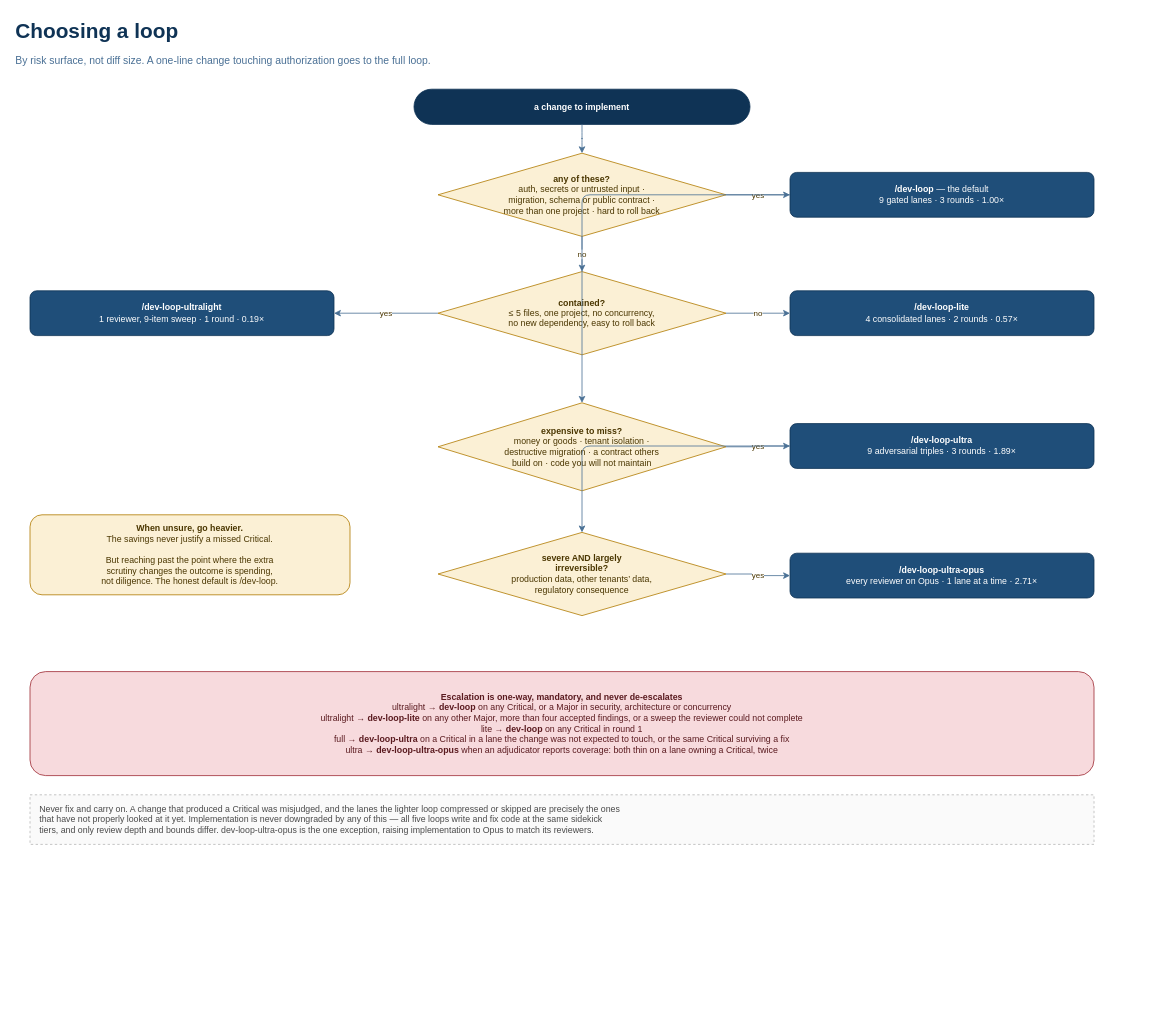
Earlier version of the draw.io diagram docs/diagrams/loop-selection.drawio (GerhardvanZyl/claude-pen). Source tidied: cells renumbered, new cells numbered last; positions are measured from the earlier drawing's top-left corner, leaving out a move shared by most shapes. Both pictures are drawn from the tidied source at 80%, with x=0, y=0 at pixel (14, 14).
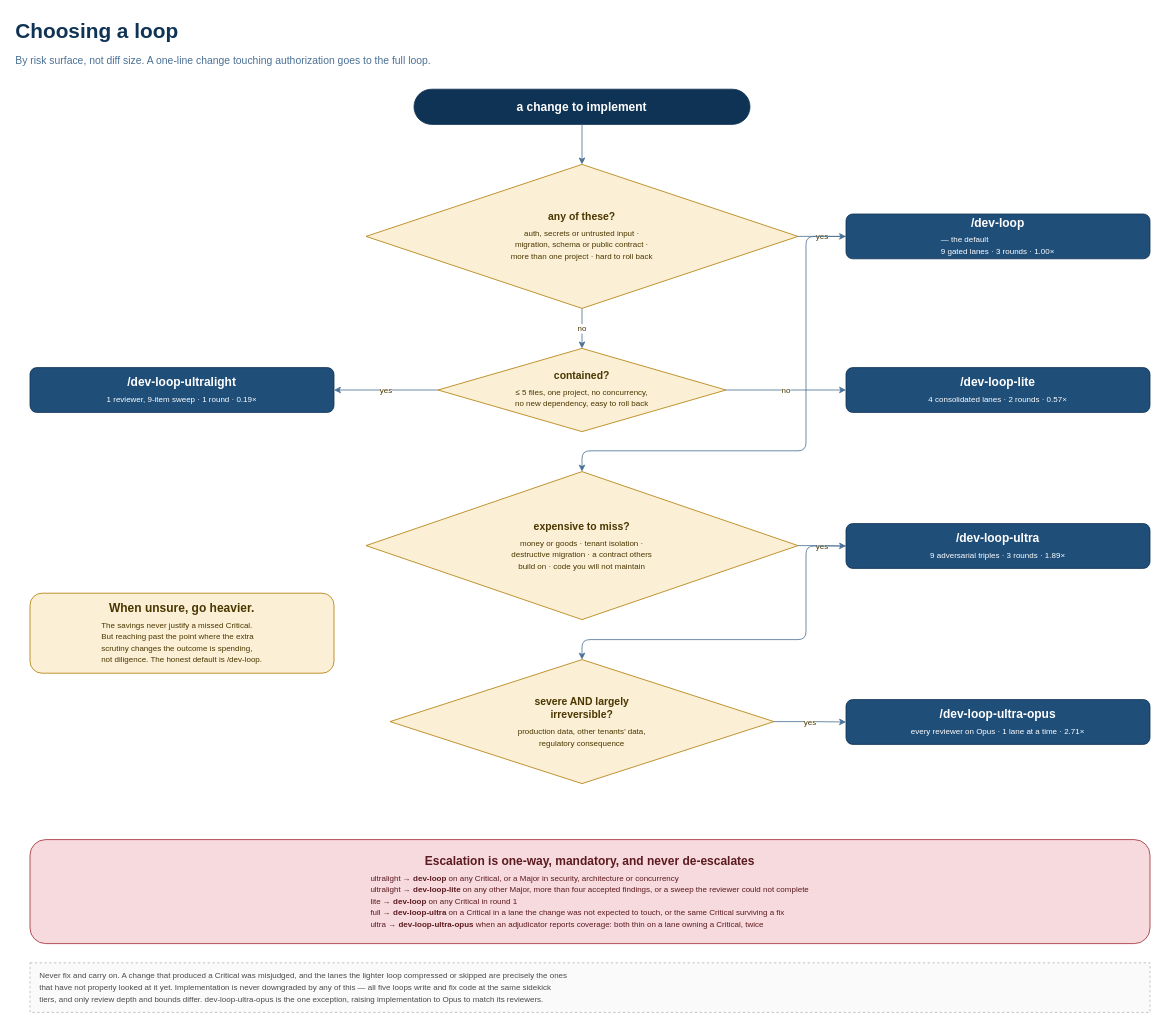
The same diagram, later.

What changed in the source:
```diff
@@
-    <mxCell id="4" value="a change to implement" style="rounded=1;arcSize=50;fillColor=#0f3355;strokeColor=#0f3355;fontColor=#ffffff;fontStyle=1;whiteSpace=wrap;html=1;fontSize=11;verticalAlign=middle;" parent="1" vertex="1">
+    <mxCell id="4" value="&lt;div style=&quot;font-size:15px;line-height:1.3;text-align:center&quot;&gt;&lt;b&gt;a change to implement&lt;/b&gt;&lt;/div&gt;" style="rounded=1;arcSize=50;fillColor=#0f3355;strokeColor=#0f3355;fontColor=#ffffff;fontStyle=1;whiteSpace=wrap;html=1;fontSize=10;verticalAlign=middle;" parent="1" vertex="1">
       <mxGeometry x="500" y="94" width="420" height="44" as="geometry" />
     </mxCell>
-    <mxCell id="5" value="&lt;b&gt;any of these?&lt;/b&gt;&#10;auth, secrets or untrusted input  ·&#10;migration, schema or public contract  ·&#10;more than one project  ·  hard to roll back" style="rhombus;fillColor=#fbf0d5;strokeColor=#b07a00;fontColor=#4a3600;whiteSpace=wrap;html=1;fontSize=11;verticalAlign=middle;" parent="1" vertex="1">
-      <mxGeometry x="530" y="174" width="360" height="104" as="geometry" />
+    <mxCell id="5" value="&lt;div style=&quot;font-size:13px;line-height:1.3;text-align:center;margin-bottom:5px&quot;&gt;&lt;b&gt;any of these?&lt;/b&gt;&lt;/div&gt;&lt;div style=&quot;font-size:10px;line-height:1.45;text-align:center&quot;&gt;auth, secrets or untrusted input  ·&lt;br&gt;migration, schema or public contract  ·&lt;br&gt;more than one project  ·  hard to roll back&lt;/div&gt;" style="rhombus;fillColor=#fbf0d5;strokeColor=#b07a00;fontColor=#4a3600;whiteSpace=wrap;html=1;fontSize=10;verticalAlign=middle;" parent="1" vertex="1">
+      <mxGeometry x="440" y="188" width="540" height="180" as="geometry" />
     </mxCell>
@@
-    <mxCell id="7" value="&lt;b&gt;/dev-loop&lt;/b&gt;  —  the default&#10;9 gated lanes  ·  3 rounds  ·  1.00×" style="rounded=1;fillColor=#1f4e79;strokeColor=#0f3355;fontColor=#ffffff;whiteSpace=wrap;html=1;fontSize=11;verticalAlign=middle;" parent="1" vertex="1">
-      <mxGeometry x="970" y="198" width="380" height="56" as="geometry" />
+    <mxCell id="7" value="&lt;div style=&quot;font-size:15px;line-height:1.3;text-align:center;margin-bottom:5px&quot;&gt;&lt;b&gt;/dev-loop&lt;/b&gt;&lt;/div&gt;&lt;div style=&quot;font-size:10px;line-height:1.45;text-align:left&quot;&gt;  —  the default&lt;br&gt;9 gated lanes  ·  3 rounds  ·  1.00×&lt;/div&gt;" style="rounded=1;fillColor=#1f4e79;strokeColor=#0f3355;fontColor=#ffffff;whiteSpace=wrap;html=1;fontSize=10;verticalAlign=middle;" parent="1" vertex="1">
+      <mxGeometry x="1040" y="250" width="380" height="56" as="geometry" />
     </mxCell>
-    <mxCell id="8" value="yes" style="edgeStyle=orthogonalEdgeStyle;rounded=1;jettySize=auto;html=1;fontSize=10;fontColor=#4a3600;labelBackgroundColor=#ffffff;strokeColor=#4a7095;" parent="1" edge="1" source="5" target="7">
+    <mxCell id="8" value="yes" style="edgeStyle=orthogonalEdgeStyle;rounded=1;jettySize=auto;html=1;fontSize=10;fontColor=#4a3600;labelBackgroundColor=#ffffff;strokeColor=#4a7095;exitX=1;exitY=0.5;entryX=0;entryY=0.5;" parent="1" edge="1" source="5" target="7">
       <mxGeometry relative="1" as="geometry" />
     </mxCell>
-    <mxCell id="9" value="&lt;b&gt;contained?&lt;/b&gt;&#10;≤ 5 files, one project, no concurrency,&#10;no new dependency, easy to roll back" style="rhombus;fillColor=#fbf0d5;strokeColor=#b07a00;fontColor=#4a3600;whiteSpace=wrap;html=1;fontSize=11;verticalAlign=middle;" parent="1" vertex="1">
-      <mxGeometry x="530" y="322" width="360" height="104" as="geometry" />
+    <mxCell id="9" value="&lt;div style=&quot;font-size:13px;line-height:1.3;text-align:center;margin-bottom:5px&quot;&gt;&lt;b&gt;contained?&lt;/b&gt;&lt;/div&gt;&lt;div style=&quot;font-size:10px;line-height:1.45;text-align:center&quot;&gt;≤ 5 files, one project, no concurrency,&lt;br&gt;no new dependency, easy to roll back&lt;/div&gt;" style="rhombus;fillColor=#fbf0d5;strokeColor=#b07a00;fontColor=#4a3600;whiteSpace=wrap;html=1;fontSize=10;verticalAlign=middle;" parent="1" vertex="1">
+      <mxGeometry x="530" y="418" width="360" height="104" as="geometry" />
     </mxCell>
-    <mxCell id="10" value="no" style="edgeStyle=orthogonalEdgeStyle;rounded=1;jettySize=auto;html=1;fontSize=10;fontColor=#4a3600;labelBackgroundColor=#ffffff;strokeColor=#4a7095;" parent="1" edge="1" source="5" target="9">
+    <mxCell id="10" value="no" style="edgeStyle=orthogonalEdgeStyle;rounded=1;jettySize=auto;html=1;fontSize=10;fontColor=#4a3600;labelBackgroundColor=#ffffff;strokeColor=#4a7095;exitX=0.5;exitY=1;exitDx=0;exitDy=0;entryX=0.5;entryY=0;entryDx=0;entryDy=0;" parent="1" edge="1" source="5" target="9">
       <mxGeometry relative="1" as="geometry" />
     </mxCell>
-    <mxCell id="11" value="&lt;b&gt;/dev-loop-ultralight&lt;/b&gt;&#10;1 reviewer, 9-item sweep  ·  1 round  ·  0.19×" style="rounded=1;fillColor=#1f4e79;strokeColor=#0f3355;fontColor=#ffffff;whiteSpace=wrap;html=1;fontSize=11;verticalAlign=middle;" parent="1" vertex="1">
-      <mxGeometry x="20" y="346" width="380" height="56" as="geometry" />
+    <mxCell id="11" value="&lt;div style=&quot;font-size:15px;line-height:1.3;text-align:center;margin-bottom:5px&quot;&gt;&lt;b&gt;/dev-loop-ultralight&lt;/b&gt;&lt;/div&gt;&lt;div style=&quot;font-size:10px;line-height:1.45;text-align:left&quot;&gt;1 reviewer, 9-item sweep  ·  1 round  ·  0.19×&lt;/div&gt;" style="rounded=1;fillColor=#1f4e79;strokeColor=#0f3355;fontColor=#ffffff;whiteSpace=wrap;html=1;fontSize=10;verticalAlign=middle;" parent="1" vertex="1">
+      <mxGeometry x="20" y="442" width="380" height="56" as="geometry" />
     </mxCell>
@@
-    <mxCell id="13" value="&lt;b&gt;/dev-loop-lite&lt;/b&gt;&#10;4 consolidated lanes  ·  2 rounds  ·  0.57×" style="rounded=1;fillColor=#1f4e79;strokeColor=#0f3355;fontColor=#ffffff;whiteSpace=wrap;html=1;fontSize=11;verticalAlign=middle;" parent="1" vertex="1">
-      <mxGeometry x="970" y="346" width="380" height="56" as="geometry" />
+    <mxCell id="13" value="&lt;div style=&quot;font-size:15px;line-height:1.3;text-align:center;margin-bottom:5px&quot;&gt;&lt;b&gt;/dev-loop-lite&lt;/b&gt;&lt;/div&gt;&lt;div style=&quot;font-size:10px;line-height:1.45;text-align:left&quot;&gt;4 consolidated lanes  ·  2 rounds  ·  0.57×&lt;/div&gt;" style="rounded=1;fillColor=#1f4e79;strokeColor=#0f3355;fontColor=#ffffff;whiteSpace=wrap;html=1;fontSize=10;verticalAlign=middle;" parent="1" vertex="1">
+      <mxGeometry x="1040" y="442" width="380" height="56" as="geometry" />
     </mxCell>
@@
-    <mxCell id="15" value="&lt;b&gt;expensive to miss?&lt;/b&gt;&#10;money or goods  ·  tenant isolation  ·&#10;destructive migration  ·  a contract others&#10;build on  ·  code you will not maintain" style="rhombus;fillColor=#fbf0d5;strokeColor=#b07a00;fontColor=#4a3600;whiteSpace=wrap;html=1;fontSize=11;verticalAlign=middle;" parent="1" vertex="1">
-      <mxGeometry x="530" y="486" width="360" height="110" as="geometry" />
+    <mxCell id="15" value="&lt;div style=&quot;font-size:13px;line-height:1.3;text-align:center;margin-bottom:5px&quot;&gt;&lt;b&gt;expensive to miss?&lt;/b&gt;&lt;/div&gt;&lt;div style=&quot;font-size:10px;line-height:1.45;text-align:center&quot;&gt;money or goods  ·  tenant isolation  ·&lt;br&gt;destructive migration  ·  a contract others&lt;br&gt;build on  ·  code you will not maintain&lt;/div&gt;" style="rhombus;fillColor=#fbf0d5;strokeColor=#b07a00;fontColor=#4a3600;whiteSpace=wrap;html=1;fontSize=10;verticalAlign=middle;" parent="1" vertex="1">
+      <mxGeometry x="440" y="572" width="540" height="185" as="geometry" />
     </mxCell>
-    <mxCell id="16" style="edgeStyle=orthogonalEdgeStyle;rounded=1;jettySize=auto;html=1;fontSize=10;fontColor=#4a3600;labelBackgroundColor=#ffffff;strokeColor=#4a7095;" parent="1" edge="1" source="7" target="15">
-      <mxGeometry relative="1" as="geometry" />
+    <mxCell id="16" style="edgeStyle=orthogonalEdgeStyle;rounded=1;jettySize=auto;html=1;fontSize=10;fontColor=#4a3600;labelBackgroundColor=#ffffff;strokeColor=#4a7095;exitX=0;exitY=0.5;entryX=0.5;entryY=0;" parent="1" edge="1" source="7" target="15">
+      <mxGeometry relative="1" as="geometry">
+        <Array as="points">
+          <mxPoint x="990" y="278" />
+          <mxPoint x="990" y="546" />
+          <mxPoint x="710" y="546" />
+        </Array>
+      </mxGeometry>
     </mxCell>
-    <mxCell id="17" value="&lt;b&gt;/dev-loop-ultra&lt;/b&gt;&#10;9 adversarial triples  ·  3 rounds  ·  1.89×" style="rounded=1;fillColor=#1f4e79;strokeColor=#0f3355;fontColor=#ffffff;whiteSpace=wrap;html=1;fontSize=11;verticalAlign=middle;" parent="1" vertex="1">
-      <mxGeometry x="970" y="512" width="380" height="56" as="geometry" />
+    <mxCell id="17" value="&lt;div style=&quot;font-size:15px;line-height:1.3;text-align:center;margin-bottom:5px&quot;&gt;&lt;b&gt;/dev-loop-ultra&lt;/b&gt;&lt;/div&gt;&lt;div style=&quot;font-size:10px;line-height:1.45;text-align:left&quot;&gt;9 adversarial triples  ·  3 rounds  ·  1.89×&lt;/div&gt;" style="rounded=1;fillColor=#1f4e79;strokeColor=#0f3355;fontColor=#ffffff;whiteSpace=wrap;html=1;fontSize=10;verticalAlign=middle;" parent="1" vertex="1">
+      <mxGeometry x="1040" y="637" width="380" height="56" as="geometry" />
     </mxCell>
-    <mxCell id="18" value="yes" style="edgeStyle=orthogonalEdgeStyle;rounded=1;jettySize=auto;html=1;fontSize=10;fontColor=#4a3600;labelBackgroundColor=#ffffff;strokeColor=#4a7095;" parent="1" edge="1" source="15" target="17">
+    <mxCell id="18" value="yes" style="edgeStyle=orthogonalEdgeStyle;rounded=1;jettySize=auto;html=1;fontSize=10;fontColor=#4a3600;labelBackgroundColor=#ffffff;strokeColor=#4a7095;exitX=1;exitY=0.5;exitDx=0;exitDy=0;entryX=0;entryY=0.5;entryDx=0;entryDy=0;" parent="1" edge="1" source="15" target="17">
       <mxGeometry relative="1" as="geometry" />
     </mxCell>
-    <mxCell id="19" value="&lt;b&gt;severe AND largely&#10;irreversible?&lt;/b&gt;&#10;production data, other tenants’ data,&#10;regulatory consequence" style="rhombus;fillColor=#fbf0d5;strokeColor=#b07a00;fontColor=#4a3600;whiteSpace=wrap;html=1;fontSize=11;verticalAlign=middle;" parent="1" vertex="1">
-      <mxGeometry x="530" y="648" width="360" height="104" as="geometry" />
+    <mxCell id="19" value="&lt;div style=&quot;font-size:13px;line-height:1.3;text-align:center;margin-bottom:5px&quot;&gt;&lt;b&gt;severe AND largely&lt;br&gt;irreversible?&lt;/b&gt;&lt;/div&gt;&lt;div style=&quot;font-size:10px;line-height:1.45;text-align:center&quot;&gt;production data, other tenants’ data,&lt;br&gt;regulatory consequence&lt;/div&gt;" style="rhombus;fillColor=#fbf0d5;strokeColor=#b07a00;fontColor=#4a3600;whiteSpace=wrap;html=1;fontSize=10;verticalAlign=middle;" parent="1" vertex="1">
+      <mxGeometry x="470" y="807" width="480" height="155" as="geometry" />
     </mxCell>
-    <mxCell id="20" style="edgeStyle=orthogonalEdgeStyle;rounded=1;jettySize=auto;html=1;fontSize=10;fontColor=#4a3600;labelBackgroundColor=#ffffff;strokeColor=#4a7095;" parent="1" edge="1" source="17" target="19">
-      <mxGeometry relative="1" as="geometry" />
+    <mxCell id="20" style="edgeStyle=orthogonalEdgeStyle;rounded=1;jettySize=auto;html=1;fontSize=10;fontColor=#4a3600;labelBackgroundColor=#ffffff;strokeColor=#4a7095;exitX=0;exitY=0.5;entryX=0.5;entryY=0;" parent="1" edge="1" source="17" target="19">
+      <mxGeometry relative="1" as="geometry">
+        <Array as="points">
+          <mxPoint x="990" y="665" />
+          <mxPoint x="990" y="782" />
+          <mxPoint x="710" y="782" />
+        </Array>
+      </mxGeometry>
     </mxCell>
-    <mxCell id="21" value="&lt;b&gt;/dev-loop-ultra-opus&lt;/b&gt;&#10;every reviewer on Opus  ·  1 lane at a time  ·  2.71×" style="rounded=1;fillColor=#1f4e79;strokeColor=#0f3355;fontColor=#ffffff;whiteSpace=wrap;html=1;fontSize=11;verticalAlign=middle;" parent="1" vertex="1">
-      <mxGeometry x="970" y="674" width="380" height="56" as="geometry" />
+    <mxCell id="21" value="&lt;div style=&quot;font-size:15px;line-height:1.3;text-align:center;margin-bottom:5px&quot;&gt;&lt;b&gt;/dev-loop-ultra-opus&lt;/b&gt;&lt;/div&gt;&lt;div style=&quot;font-size:10px;line-height:1.45;text-align:left&quot;&gt;every reviewer on Opus  ·  1 lane at a time  ·  2.71×&lt;/div&gt;" style="rounded=1;fillColor=#1f4e79;strokeColor=#0f3355;fontColor=#ffffff;whiteSpace=wrap;html=1;fontSize=10;verticalAlign=middle;" parent="1" vertex="1">
+      <mxGeometry x="1040" y="857" width="380" height="56" as="geometry" />
     </mxCell>
-    <mxCell id="22" value="yes" style="edgeStyle=orthogonalEdgeStyle;rounded=1;jettySize=auto;html=1;fontSize=10;fontColor=#4a3600;labelBackgroundColor=#ffffff;strokeColor=#4a7095;" parent="1" edge="1" source="19" target="21">
+    <mxCell id="22" value="yes" style="edgeStyle=orthogonalEdgeStyle;rounded=1;jettySize=auto;html=1;fontSize=10;fontColor=#4a3600;labelBackgroundColor=#ffffff;strokeColor=#4a7095;exitX=1;exitY=0.5;exitDx=0;exitDy=0;entryX=0;entryY=0.5;entryDx=0;entryDy=0;" parent="1" edge="1" source="19" target="21">
       <mxGeometry relative="1" as="geometry" />
     </mxCell>
-    <mxCell id="23" value="&lt;b&gt;When unsure, go heavier.&lt;/b&gt;&#10;The savings never justify a missed Critical.&#10;&#10;But reaching past the point where the extra&#10;scrutiny changes the outcome is spending,&#10;not diligence. The honest default is /dev-loop." style="rounded=1;fillColor=#fbf0d5;strokeColor=#b07a00;fontColor=#4a3600;whiteSpace=wrap;html=1;fontSize=11;verticalAlign=middle;" parent="1" vertex="1">
-      <mxGeometry x="20" y="626" width="400" height="100" as="geometry" />
+    <mxCell id="23" value="&lt;div style=&quot;font-size:15px;line-height:1.3;text-align:center;margin-bottom:5px&quot;&gt;&lt;b&gt;When unsure, go heavier.&lt;/b&gt;&lt;/div&gt;&lt;div style=&quot;font-size:10px;line-height:1.45;text-align:left&quot;&gt;The savings never justify a missed Critical.&lt;br&gt;But reaching past the point where the extra&lt;br&gt;scrutiny changes the outcome is spending,&lt;br&gt;not diligence. The honest default is /dev-loop.&lt;/div&gt;" style="rounded=1;fillColor=#fbf0d5;strokeColor=#b07a00;fontColor=#4a3600;whiteSpace=wrap;html=1;fontSize=10;verticalAlign=middle;" parent="1" vertex="1">
+      <mxGeometry x="20" y="724" width="380" height="100" as="geometry" />
     </mxCell>
-    <mxCell id="24" value="&lt;b&gt;Escalation is one-way, mandatory, and never de-escalates&lt;/b&gt;&#10;ultralight → &lt;b&gt;dev-loop&lt;/b&gt; on any Critical, or a Major in security, architecture or concurrency&#10;ultralight → &lt;b&gt;dev-loop-lite&lt;/b&gt; on any other Major, more than four accepted findings, or a sweep the reviewer could not complete&#10;lite → &lt;b&gt;dev-loop&lt;/b&gt; on any Critical in round 1&#10;full → &lt;b&gt;dev-loop-ultra&lt;/b&gt; on a Critical in a lane the change was not expected to touch, or the same Critical surviving a fix&#10;ultra → &lt;b&gt;dev-loop-ultra-opus&lt;/b&gt; when an adjudicator reports  coverage: both thin  on a lane owning a Critical, twice" style="rounded=1;fillColor=#f7dadd;strokeColor=#9e2b34;fontColor=#5a1a1f;whiteSpace=wrap;html=1;fontSize=11;verticalAlign=middle;" parent="1" vertex="1">
-      <mxGeometry x="20" y="822" width="1330" height="130" as="geometry" />
+    <mxCell id="24" value="&lt;div style=&quot;font-size:15px;line-height:1.3;text-align:center;margin-bottom:5px&quot;&gt;&lt;b&gt;Escalation is one-way, mandatory, and never de-escalates&lt;/b&gt;&lt;/div&gt;&lt;div style=&quot;font-size:10px;line-height:1.45;text-align:left&quot;&gt;ultralight → &lt;b&gt;dev-loop&lt;/b&gt; on any Critical, or a Major in security, architecture or concurrency&lt;br&gt;ultralight → &lt;b&gt;dev-loop-lite&lt;/b&gt; on any other Major, more than four accepted findings, or a sweep the reviewer could not complete&lt;br&gt;lite → &lt;b&gt;dev-loop&lt;/b&gt; on any Critical in round 1&lt;br&gt;full → &lt;b&gt;dev-loop-ultra&lt;/b&gt; on a Critical in a lane the change was not expected to touch, or the same Critical surviving a fix&lt;br&gt;ultra → &lt;b&gt;dev-loop-ultra-opus&lt;/b&gt; when an adjudicator reports  coverage: both thin  on a lane owning a Critical, twice&lt;/div&gt;" style="rounded=1;fillColor=#f7dadd;strokeColor=#9e2b34;fontColor=#5a1a1f;whiteSpace=wrap;html=1;fontSize=10;verticalAlign=middle;" parent="1" vertex="1">
+      <mxGeometry x="20" y="1032" width="1400" height="130" as="geometry" />
     </mxCell>
-    <mxCell id="25" value="Never fix and carry on. A change that produced a Critical was misjudged, and the lanes the lighter loop compressed or skipped are precisely the ones&#10;that have not properly looked at it yet. Implementation is never downgraded by any of this — all five loops write and fix code at the same sidekick&#10;tiers, and only review depth and bounds differ. dev-loop-ultra-opus is the one exception, raising implementation to Opus to match its reviewers." style="rounded=0;fillColor=#fafafa;strokeColor=#b8b8b8;fontColor=#4a4a4a;dashed=1;align=left;spacingLeft=10;whiteSpace=wrap;html=1;fontSize=11;verticalAlign=middle;" parent="1" vertex="1">
-      <mxGeometry x="20" y="976" width="1330" height="62" as="geometry" />
+    <mxCell id="25" value="&lt;div style=&quot;font-size:10px;line-height:1.45;text-align:left&quot;&gt;Never fix and carry on. A change that produced a Critical was misjudged, and the lanes the lighter loop compressed or skipped are precisely the ones&lt;br&gt;that have not properly looked at it yet. Implementation is never downgraded by any of this — all five loops write and fix code at the same sidekick&lt;br&gt;tiers, and only review depth and bounds differ. dev-loop-ultra-opus is the one exception, raising implementation to Opus to match its reviewers.&lt;/div&gt;" style="rounded=0;fillColor=#fafafa;strokeColor=#b8b8b8;fontColor=#4a4a4a;dashed=1;align=left;spacingLeft=10;whiteSpace=wrap;html=1;fontSize=10;verticalAlign=middle;" parent="1" vertex="1">
+      <mxGeometry x="20" y="1186" width="1400" height="62" as="geometry" />
     </mxCell>
```
